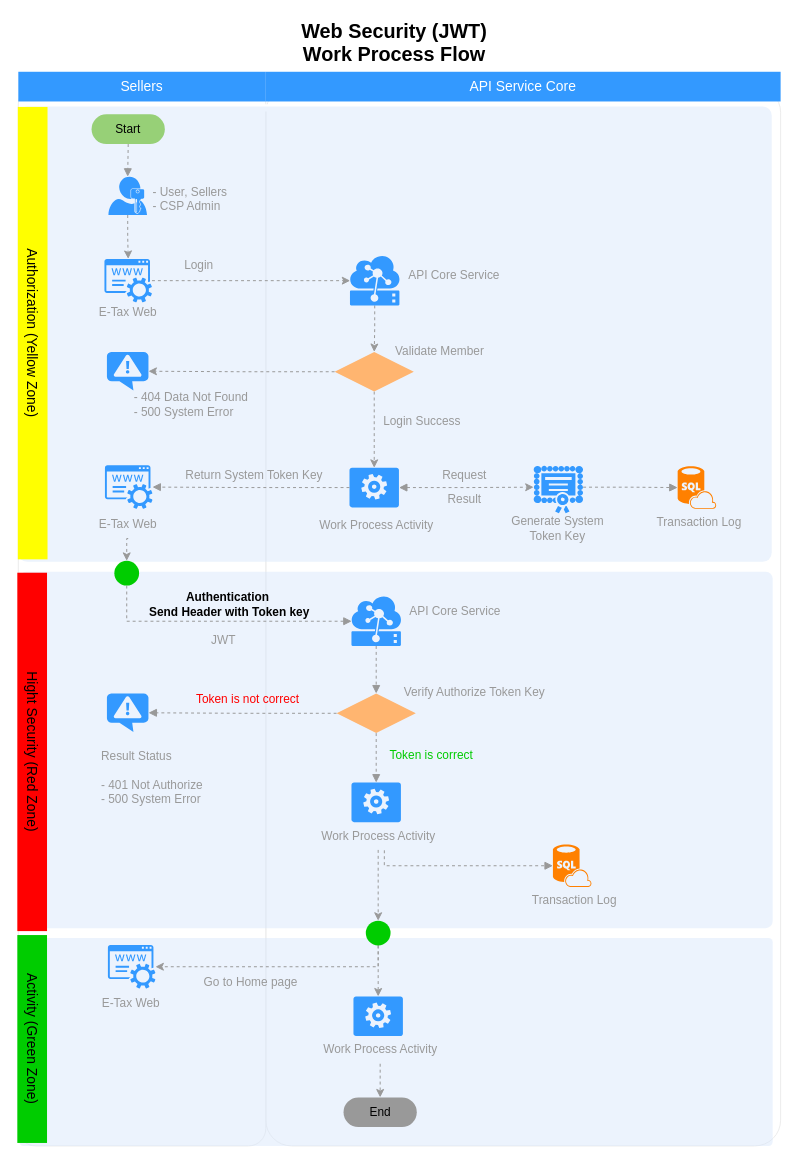
Before: Web Application Security Concept (JWT).drawio in nirawat/eTax, a draw.io diagram. Source tidied: cells renumbered, new cells numbered last; positions are measured from the earlier drawing's top-left corner, leaving out a move shared by most shapes. Both pictures are drawn from the tidied source at 99%, with x=0, y=0 at pixel (-194, 17).
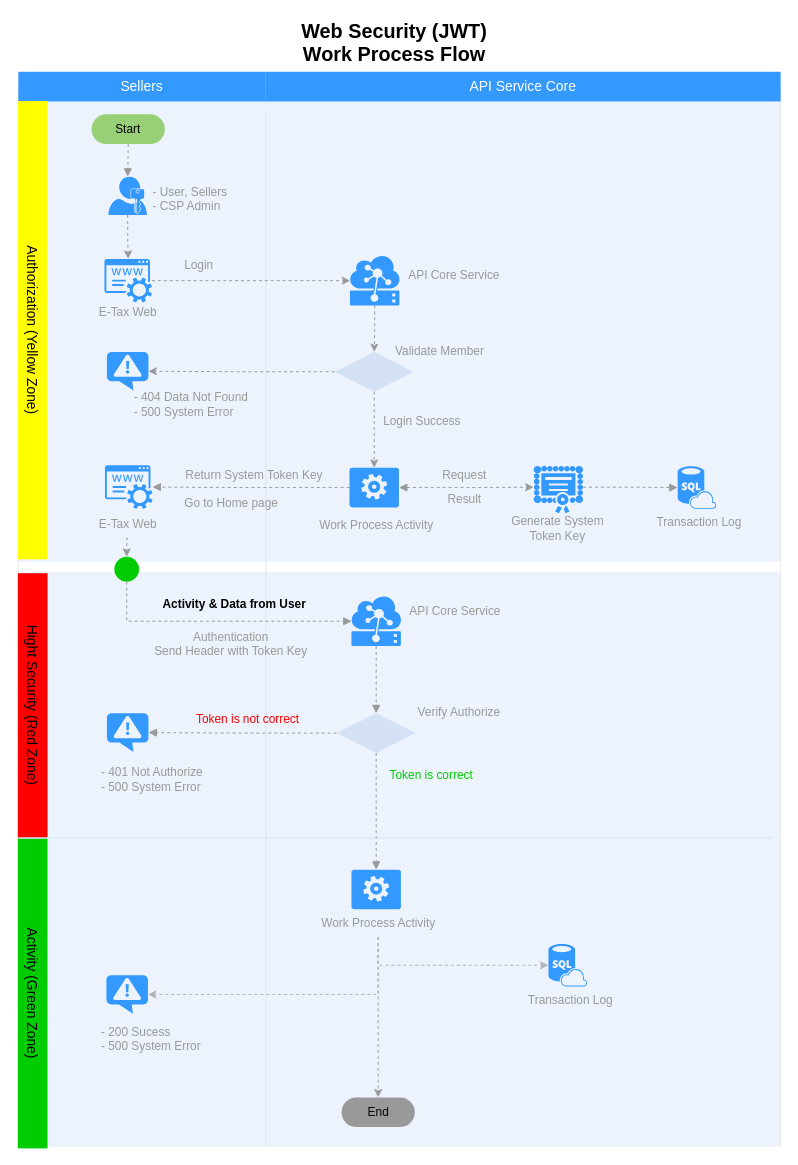
The same diagram, later.

The change refers to these unchanged cells:
```xml
<mxCell id="17" style="group;" parent="16" vertex="1">
  <mxGeometry width="108" height="79" as="geometry" />
</mxCell>
<mxCell id="57" value="Work Process Activity&lt;br&gt;" style="text;html=1;strokeColor=none;fillColor=none;align=center;verticalAlign=middle;whiteSpace=wrap;rounded=0;fontSize=12;fontColor=#999999;" parent="55" vertex="1">
  <mxGeometry y="7" width="160" height="29" as="geometry" />
</mxCell>
```

Diff of the diagram source:
```diff
@@
-    <mxCell id="2" style="rounded=1;whiteSpace=wrap;html=1;strokeColor=#E6E6E6;strokeWidth=1;fillColor=#FFFFFF;fontFamily=Helvetica;fontSize=14;fontColor=#FFB366;opacity=75;verticalAlign=top;fontStyle=1;arcSize=5;" parent="1" vertex="1">
+    <mxCell id="2" style="rounded=1;whiteSpace=wrap;html=1;strokeColor=#E6E6E6;strokeWidth=1;fillColor=#FFFFFF;fontFamily=Helvetica;fontSize=14;fontColor=#FFB366;opacity=75;verticalAlign=top;fontStyle=1;arcSize=0;" parent="1" vertex="1">
       <mxGeometry x="464" y="70" width="520" height="1070" as="geometry" />
     </mxCell>
-    <mxCell id="3" style="rounded=1;whiteSpace=wrap;html=1;strokeColor=#E6E6E6;strokeWidth=1;fillColor=#FFFFFF;fontFamily=Helvetica;fontSize=14;fontColor=#FFB366;opacity=75;verticalAlign=top;fontStyle=1;arcSize=7;" parent="1" vertex="1">
+    <mxCell id="3" style="rounded=1;whiteSpace=wrap;html=1;strokeColor=#E6E6E6;strokeWidth=1;fillColor=#FFFFFF;fontFamily=Helvetica;fontSize=14;fontColor=#FFB366;opacity=75;verticalAlign=top;fontStyle=1;arcSize=0;" parent="1" vertex="1">
       <mxGeometry x="214" y="70" width="250" height="1070" as="geometry" />
     </mxCell>
@@
-    <mxCell id="5" style="rounded=1;whiteSpace=wrap;html=1;strokeColor=none;strokeWidth=1;fillColor=#dae8fc;fontSize=12;align=center;arcSize=2;opacity=50;" parent="1" vertex="1">
-      <mxGeometry x="215" y="930" width="761" height="210" as="geometry" />
+    <mxCell id="5" style="rounded=1;whiteSpace=wrap;html=1;strokeColor=none;strokeWidth=1;fillColor=#dae8fc;fontSize=12;align=center;arcSize=0;opacity=50;" parent="1" vertex="1">
+      <mxGeometry x="215" y="830" width="769" height="310" as="geometry" />
     </mxCell>
-    <mxCell id="6" style="rounded=1;whiteSpace=wrap;html=1;strokeColor=none;strokeWidth=1;fillColor=#dae8fc;fontSize=12;align=center;arcSize=2;opacity=50;" parent="1" vertex="1">
-      <mxGeometry x="215" y="560" width="761" height="360" as="geometry" />
+    <mxCell id="6" style="rounded=1;whiteSpace=wrap;html=1;strokeColor=none;strokeWidth=1;fillColor=#dae8fc;fontSize=12;align=center;arcSize=0;opacity=50;" parent="1" vertex="1">
+      <mxGeometry x="215" y="560" width="769" height="270" as="geometry" />
     </mxCell>
-    <mxCell id="7" style="rounded=1;whiteSpace=wrap;html=1;strokeColor=none;strokeWidth=1;fillColor=#dae8fc;fontSize=12;align=center;arcSize=2;opacity=50;" parent="1" vertex="1">
-      <mxGeometry x="214" y="90" width="761" height="460" as="geometry" />
+    <mxCell id="7" style="rounded=1;whiteSpace=wrap;html=1;strokeColor=none;strokeWidth=1;fillColor=#dae8fc;fontSize=12;align=center;arcSize=0;opacity=50;" parent="1" vertex="1">
+      <mxGeometry x="214" y="80" width="770" height="470" as="geometry" />
     </mxCell>
@@
     <mxCell id="11" style="verticalLabelPosition=bottom;html=1;verticalAlign=top;align=center;strokeColor=none;fillColor=#3399FF;shape=mxgraph.azure.notification_topic;fontSize=12;fontColor=#999999;" parent="1" vertex="1">
-      <mxGeometry x="303.5" y="683" width="42" height="39" as="geometry" />
+      <mxGeometry x="303.5" y="703" width="42" height="39" as="geometry" />
     </mxCell>
-    <mxCell id="12" value="Result Status&lt;br&gt;&lt;br&gt;- 401 Not Authorize&lt;br&gt;- 500 System Error&lt;br&gt;" style="text;html=1;strokeColor=none;fillColor=none;align=left;verticalAlign=middle;whiteSpace=wrap;rounded=0;fontSize=12;fontColor=#999999;" parent="1" vertex="1">
-      <mxGeometry x="296" y="729" width="143" height="77" as="geometry" />
+    <mxCell id="12" value="- 401 Not Authorize&lt;br&gt;- 500 System Error&lt;br&gt;" style="text;html=1;strokeColor=none;fillColor=none;align=left;verticalAlign=middle;whiteSpace=wrap;rounded=0;fontSize=12;fontColor=#999999;" parent="1" vertex="1">
+      <mxGeometry x="296" y="749" width="143" height="41" as="geometry" />
     </mxCell>
@@
-    <mxCell id="19" style="verticalLabelPosition=bottom;html=1;verticalAlign=top;align=center;strokeColor=none;fillColor=#FF8000;shape=mxgraph.azure.sql_database_sql_azure;fontSize=12;fontColor=#999999;" parent="17" vertex="1">
+    <mxCell id="19" style="verticalLabelPosition=bottom;html=1;verticalAlign=top;align=center;strokeColor=none;fillColor=#3399FF;shape=mxgraph.azure.sql_database_sql_azure;fontSize=12;fontColor=#999999;" parent="17" vertex="1">
       <mxGeometry x="31" y="10" width="39" height="43" as="geometry" />
     </mxCell>
@@
-    <mxCell id="43" style="group;" parent="1" vertex="1">
-      <mxGeometry x="714" y="889.5" width="108" height="79" as="geometry" />
-    </mxCell>
-    <mxCell id="44" style="group;" parent="43" vertex="1">
-      <mxGeometry width="108" height="79" as="geometry" />
-    </mxCell>
-    <mxCell id="45" value="Transaction Log" style="text;html=1;strokeColor=none;fillColor=none;align=center;verticalAlign=middle;whiteSpace=wrap;rounded=0;fontSize=12;fontColor=#999999;" parent="44" vertex="1">
-      <mxGeometry x="8" y="-12" width="108" height="29" as="geometry" />
-    </mxCell>
-    <mxCell id="46" style="verticalLabelPosition=bottom;html=1;verticalAlign=top;align=center;strokeColor=none;fillColor=#FF8000;shape=mxgraph.azure.sql_database_sql_azure;fontSize=12;fontColor=#999999;" parent="44" vertex="1">
-      <mxGeometry x="40" y="-54" width="39" height="43" as="geometry" />
-    </mxCell>
@@
-    <mxCell id="49" style="rhombus;whiteSpace=wrap;html=1;strokeColor=none;strokeWidth=1;fillColor=#FFB570;fontSize=12;fontColor=#999999;align=left;" parent="1" vertex="1">
-      <mxGeometry x="535.5" y="683" width="80" height="40" as="geometry" />
+    <mxCell id="49" style="rhombus;whiteSpace=wrap;html=1;strokeColor=none;strokeWidth=1;fillColor=#D4E1F5;fontSize=12;fontColor=#999999;align=left;" parent="1" vertex="1">
+      <mxGeometry x="535.5" y="703" width="80" height="40" as="geometry" />
     </mxCell>
-    <mxCell id="50" value="Authentication&amp;nbsp;&lt;br&gt;Send Header with Token key&lt;br&gt;" style="text;html=1;strokeColor=none;fillColor=none;align=center;verticalAlign=middle;whiteSpace=wrap;rounded=0;fontSize=12;fontColor=#000000;fontStyle=1;" parent="1" vertex="1">
-      <mxGeometry x="331" y="576" width="193" height="34" as="geometry" />
+    <mxCell id="50" value="Activity &amp;amp; Data from User&lt;br&gt;" style="text;html=1;strokeColor=none;fillColor=none;align=center;verticalAlign=middle;whiteSpace=wrap;rounded=0;fontSize=12;fontColor=#000000;fontStyle=1;" parent="1" vertex="1">
+      <mxGeometry x="331" y="576" width="203" height="34" as="geometry" />
     </mxCell>
@@
     <mxCell id="52" value="Token is correct" style="text;html=1;strokeColor=none;fillColor=none;align=center;verticalAlign=middle;whiteSpace=wrap;rounded=0;fontSize=12;fontColor=#00CC00;" parent="1" vertex="1">
-      <mxGeometry x="581" y="731.5" width="101" height="29" as="geometry" />
+      <mxGeometry x="581" y="751.5" width="101" height="29" as="geometry" />
     </mxCell>
-    <mxCell id="53" value="Verify Authorize Token Key" style="text;html=1;strokeColor=none;fillColor=none;align=center;verticalAlign=middle;whiteSpace=wrap;rounded=0;fontSize=12;fontColor=#999999;" parent="1" vertex="1">
-      <mxGeometry x="595" y="667" width="160" height="29" as="geometry" />
+    <mxCell id="53" value="Verify Authorize" style="text;html=1;strokeColor=none;fillColor=none;align=center;verticalAlign=middle;whiteSpace=wrap;rounded=0;fontSize=12;fontColor=#999999;" parent="1" vertex="1">
+      <mxGeometry x="595" y="687" width="129" height="29" as="geometry" />
     </mxCell>
     <mxCell id="54" value="Token is not correct" style="text;html=1;strokeColor=none;fillColor=none;align=center;verticalAlign=middle;whiteSpace=wrap;rounded=0;fontSize=12;fontColor=#FF0000;" parent="1" vertex="1">
-      <mxGeometry x="384" y="674" width="124" height="29" as="geometry" />
+      <mxGeometry x="384" y="694" width="124" height="29" as="geometry" />
     </mxCell>
     <mxCell id="55" style="group;" parent="1" vertex="1">
-      <mxGeometry x="497.5" y="805" width="160" height="72" as="geometry" />
+      <mxGeometry x="497.5" y="893" width="160" height="72" as="geometry" />
     </mxCell>
@@
-    <mxCell id="58" style="edgeStyle=orthogonalEdgeStyle;rounded=0;jettySize=auto;html=1;exitX=0.539;exitY=1.013;exitDx=0;exitDy=0;entryX=0;entryY=0.5;entryDx=0;entryDy=0;entryPerimeter=0;dashed=1;startArrow=none;startFill=0;endArrow=block;endFill=1;strokeColor=#999999;exitPerimeter=0;" parent="1" edge="1" source="57" target="46">
-      <mxGeometry relative="1" as="geometry">
-        <Array as="points">
-          <mxPoint x="584" y="857" />
-        </Array>
-      </mxGeometry>
-    </mxCell>
-    <mxCell id="59" style="group;" parent="1" vertex="1">
-      <mxGeometry x="273" y="937" width="110" height="74" as="geometry" />
-    </mxCell>
-    <mxCell id="60" style="shadow=0;dashed=0;html=1;strokeColor=none;fillColor=#3399FF;labelPosition=center;verticalLabelPosition=bottom;verticalAlign=top;outlineConnect=0;align=center;shape=mxgraph.office.services.registrar_service;" parent="59" vertex="1">
-      <mxGeometry x="31.5" width="48" height="44" as="geometry" />
-    </mxCell>
-    <mxCell id="61" value="E-Tax Web" style="text;html=1;strokeColor=none;fillColor=none;align=center;verticalAlign=middle;whiteSpace=wrap;rounded=0;fontSize=12;fontColor=#999999;" parent="59" vertex="1">
-      <mxGeometry y="44" width="110" height="30" as="geometry" />
-    </mxCell>
-    <mxCell id="62" value="Go to Home page" style="text;html=1;strokeColor=none;fillColor=none;align=center;verticalAlign=middle;whiteSpace=wrap;rounded=0;fontSize=12;fontColor=#999999;" parent="1" vertex="1">
-      <mxGeometry x="386.5" y="960" width="124" height="29" as="geometry" />
-    </mxCell>
     <mxCell id="63" value="End" style="rounded=1;whiteSpace=wrap;html=1;fontColor=#000000;align=center;arcSize=50;labelBackgroundColor=none;fillColor=#999999;strokeColor=none;" parent="1" vertex="1">
-      <mxGeometry x="542.5" y="1091" width="74" height="30" as="geometry" />
+      <mxGeometry x="540.5" y="1091" width="74" height="30" as="geometry" />
     </mxCell>
@@
-    <mxCell id="67" style="edgeStyle=orthogonalEdgeStyle;rounded=0;jettySize=auto;html=1;exitX=0.5;exitY=1;exitDx=0;exitDy=0;strokeColor=#999999;dashed=1;" parent="1" edge="1" source="87" target="60">
-      <mxGeometry relative="1" as="geometry">
-        <Array as="points">
-          <mxPoint x="578" y="959" />
-        </Array>
-      </mxGeometry>
-    </mxCell>
-    <mxCell id="68" style="edgeStyle=orthogonalEdgeStyle;rounded=0;orthogonalLoop=1;jettySize=auto;html=1;exitX=0.5;exitY=1;exitDx=0;exitDy=0;entryX=0.5;entryY=0;entryDx=0;entryDy=0;dashed=1;strokeColor=#999999;" parent="1" edge="1" source="87" target="87">
-      <mxGeometry relative="1" as="geometry" />
-    </mxCell>
     <mxCell id="69" value="Hight Security (Red Zone)" style="whiteSpace=wrap;html=1;dashed=1;strokeColor=none;strokeWidth=2;fillColor=#FF0000;fontFamily=Helvetica;fontSize=14;fontColor=#000000;fontStyle=0;rotation=90;" parent="1" vertex="1">
-      <mxGeometry x="47" y="727" width="362" height="30" as="geometry" />
+      <mxGeometry x="95" y="680" width="267" height="30" as="geometry" />
     </mxCell>
@@
-    <mxCell id="75" style="rhombus;whiteSpace=wrap;html=1;strokeColor=none;strokeWidth=1;fillColor=#FFB570;fontSize=12;fontColor=#999999;align=left;" parent="1" vertex="1">
+    <mxCell id="75" style="rhombus;whiteSpace=wrap;html=1;strokeColor=none;strokeWidth=1;fillColor=#D4E1F5;fontSize=12;fontColor=#999999;align=left;" parent="1" vertex="1">
       <mxGeometry x="533.5" y="338" width="80" height="40" as="geometry" />
     </mxCell>
@@
     <mxCell id="79" style="ellipse;whiteSpace=wrap;html=1;fillColor=#00CC00;fontColor=#000000;align=center;strokeColor=none;" parent="1" vertex="1">
-      <mxGeometry x="311" y="549" width="25" height="25" as="geometry" />
+      <mxGeometry x="311" y="545" width="25" height="25" as="geometry" />
     </mxCell>
@@
     <mxCell id="81" value="Activity (Green Zone)" style="whiteSpace=wrap;html=1;dashed=1;strokeColor=none;strokeWidth=2;fillColor=#00CC00;fontFamily=Helvetica;fontSize=14;fontColor=#000000;fontStyle=0;rotation=90;" parent="1" vertex="1">
-      <mxGeometry x="123" y="1017" width="210" height="30" as="geometry" />
+      <mxGeometry x="72" y="971" width="313" height="30" as="geometry" />
     </mxCell>
-    <mxCell id="82" style="group;" parent="1" vertex="1">
-      <mxGeometry x="499.5" y="989" width="160" height="68" as="geometry" />
-    </mxCell>
-    <mxCell id="83" style="verticalLabelPosition=bottom;html=1;verticalAlign=top;align=center;strokeColor=none;fillColor=#3399FF;shape=mxgraph.azure.worker_role;fontSize=12;fontColor=#999999;" parent="82" vertex="1">
-      <mxGeometry x="53" width="50" height="40" as="geometry" />
-    </mxCell>
-    <mxCell id="84" value="Work Process Activity&lt;br&gt;" style="text;html=1;strokeColor=none;fillColor=none;align=center;verticalAlign=middle;whiteSpace=wrap;rounded=0;fontSize=12;fontColor=#999999;" parent="82" vertex="1">
-      <mxGeometry y="39" width="160" height="29" as="geometry" />
-    </mxCell>
-    <mxCell id="85" style="edgeStyle=orthogonalEdgeStyle;rounded=0;jettySize=auto;html=1;exitX=0.5;exitY=1;exitDx=0;exitDy=0;entryX=0.5;entryY=0;entryDx=0;entryDy=0;strokeColor=#999999;dashed=1;" parent="1" edge="1" source="84" target="63">
+    <mxCell id="85" style="edgeStyle=orthogonalEdgeStyle;rounded=0;jettySize=auto;html=1;exitX=0.5;exitY=1;exitDx=0;exitDy=0;entryX=0.5;entryY=0;entryDx=0;entryDy=0;strokeColor=#999999;dashed=1;" parent="1" edge="1" source="57" target="63">
       <mxGeometry relative="1" as="geometry" />
     </mxCell>
-    <mxCell id="86" style="edgeStyle=orthogonalEdgeStyle;rounded=0;jettySize=auto;html=1;exitX=0.5;exitY=1;exitDx=0;exitDy=0;entryX=0.5;entryY=0;entryDx=0;entryDy=0;entryPerimeter=0;dashed=1;strokeColor=#999999;" parent="1" edge="1" source="87" target="83">
-      <mxGeometry relative="1" as="geometry" />
-    </mxCell>
-    <mxCell id="87" style="ellipse;whiteSpace=wrap;html=1;fillColor=#00CC00;fontColor=#000000;align=center;strokeColor=none;" parent="1" vertex="1">
-      <mxGeometry x="565" y="912.5" width="25" height="25" as="geometry" />
-    </mxCell>
-    <mxCell id="88" style="edgeStyle=orthogonalEdgeStyle;rounded=0;jettySize=auto;html=1;exitX=0.5;exitY=1;exitDx=0;exitDy=0;entryX=0.5;entryY=0;entryDx=0;entryDy=0;dashed=1;strokeColor=#999999;entryPerimeter=0;" parent="1" edge="1" source="57" target="87">
-      <mxGeometry relative="1" as="geometry" />
-    </mxCell>
@@
     <mxCell id="91" value="Authorization (Yellow Zone)" style="whiteSpace=wrap;html=1;dashed=1;strokeColor=none;strokeWidth=2;fillColor=#FFFF00;fontFamily=Helvetica;fontSize=14;fontColor=#000000;fontStyle=0;rotation=90;" parent="1" vertex="1">
-      <mxGeometry y="304" width="457" height="30" as="geometry" />
+      <mxGeometry x="-3" y="301" width="463" height="30" as="geometry" />
     </mxCell>
-    <mxCell id="92" value="JWT" style="text;html=1;strokeColor=none;fillColor=none;align=center;verticalAlign=middle;whiteSpace=wrap;rounded=0;fontSize=12;fontColor=#999999;" parent="1" vertex="1">
-      <mxGeometry x="371" y="614.5" width="101" height="29" as="geometry" />
+    <mxCell id="92" value="Authentication&lt;br&gt;Send Header with Token Key" style="text;html=1;strokeColor=none;fillColor=none;align=center;verticalAlign=middle;whiteSpace=wrap;rounded=0;fontSize=12;fontColor=#999999;" parent="1" vertex="1">
+      <mxGeometry x="324" y="615" width="210" height="35" as="geometry" />
     </mxCell>
+    <mxCell id="93" style="endArrow=none;html=1;strokeColor=#D4E1F5;fontColor=#000000;" parent="1" edge="1">
+      <mxGeometry relative="1" as="geometry">
+        <mxPoint x="215" y="829" as="sourcePoint" />
+        <mxPoint x="975" y="829" as="targetPoint" />
+      </mxGeometry>
+    </mxCell>
+    <mxCell id="45" value="Transaction Log" style="text;html=1;strokeColor=none;fillColor=none;align=center;verticalAlign=middle;whiteSpace=wrap;rounded=0;fontSize=12;fontColor=#999999;" parent="1" vertex="1">
+      <mxGeometry x="717.5" y="978" width="108" height="29" as="geometry" />
+    </mxCell>
+    <mxCell id="46" style="verticalLabelPosition=bottom;html=1;verticalAlign=top;align=center;strokeColor=none;fillColor=#3399FF;shape=mxgraph.azure.sql_database_sql_azure;fontSize=12;fontColor=#999999;" parent="1" vertex="1">
+      <mxGeometry x="749.5" y="936" width="39" height="43" as="geometry" />
+    </mxCell>
+    <mxCell id="62" value="Go to Home page" style="text;html=1;strokeColor=none;fillColor=none;align=left;verticalAlign=middle;whiteSpace=wrap;rounded=0;fontSize=12;fontColor=#999999;" parent="1" vertex="1">
+      <mxGeometry x="380" y="476.5" width="124" height="29" as="geometry" />
+    </mxCell>
+    <mxCell id="58" style="edgeStyle=orthogonalEdgeStyle;rounded=0;jettySize=auto;html=1;exitX=0.5;exitY=1;exitDx=0;exitDy=0;entryX=0;entryY=0.5;entryDx=0;entryDy=0;entryPerimeter=0;dashed=1;strokeColor=#B3B3B3;" parent="1" edge="1" source="57" target="46">
+      <mxGeometry relative="1" as="geometry" />
+    </mxCell>
+    <mxCell id="94" style="verticalLabelPosition=bottom;html=1;verticalAlign=top;align=center;strokeColor=none;fillColor=#3399FF;shape=mxgraph.azure.notification_topic;fontSize=12;fontColor=#999999;" parent="1" vertex="1">
+      <mxGeometry x="303" y="967.5" width="42" height="39" as="geometry" />
+    </mxCell>
+    <mxCell id="95" value="- 200 Sucess&lt;br&gt;- 500 System Error&lt;br&gt;" style="text;html=1;strokeColor=none;fillColor=none;align=left;verticalAlign=middle;whiteSpace=wrap;rounded=0;fontSize=12;fontColor=#999999;" parent="1" vertex="1">
+      <mxGeometry x="295.5" y="1011.5" width="143" height="41" as="geometry" />
+    </mxCell>
+    <mxCell id="96" style="edgeStyle=orthogonalEdgeStyle;rounded=0;jettySize=auto;html=1;exitX=0.5;exitY=1;exitDx=0;exitDy=0;entryX=1;entryY=0.5;entryDx=0;entryDy=0;entryPerimeter=0;dashed=1;strokeColor=#B3B3B3;" parent="1" edge="1" source="57" target="94">
+      <mxGeometry relative="1" as="geometry" />
+    </mxCell>
```
